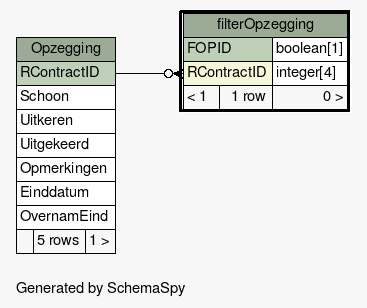
slspeek/ona-volkstuin keeps this Graphviz diagram as db-schema-docs/diagrams/filterOpzegging.1degree.png. Above is the earlier version. Its source is kept beside it as db-schema-docs/diagrams/filterOpzegging.1degree.dot. Source of this version:
```dot
digraph "oneDegreeRelationshipsDiagram" {
  graph [
    rankdir="RL"
    bgcolor="#f7f7f7"
    label="\nGenerated by SchemaSpy"
    labeljust="l"
    nodesep="0.18"
    ranksep="0.46"
    fontname="Helvetica"
    fontsize="11"
  ];
  node [
    fontname="Helvetica"
    fontsize="11"
    shape="plaintext"
  ];
  edge [
    arrowsize="0.8"
  ];
  "filterOpzegging":"RContractID":w -> "Opzegging":"RContractID":e [arrowhead=none dir=back arrowtail=crowodot];
  "filterOpzegging" [
    label=<
    <TABLE BORDER="2" CELLBORDER="1" CELLSPACING="0" BGCOLOR="#ffffff">
      <TR><TD COLSPAN="3" BGCOLOR="#9bab96" ALIGN="CENTER">filterOpzegging</TD></TR>
      <TR><TD PORT="FOPID" COLSPAN="2" BGCOLOR="#bed1b8" ALIGN="LEFT">FOPID</TD><TD PORT="FOPID.type" ALIGN="LEFT">boolean[1]</TD></TR>
      <TR><TD PORT="RContractID" COLSPAN="2" BGCOLOR="#f4f7da" ALIGN="LEFT">RContractID</TD><TD PORT="RContractID.type" ALIGN="LEFT">integer[4]</TD></TR>
      <TR><TD ALIGN="LEFT" BGCOLOR="#f7f7f7">&lt; 1</TD><TD ALIGN="RIGHT" BGCOLOR="#f7f7f7">1 row</TD><TD ALIGN="RIGHT" BGCOLOR="#f7f7f7">0 &gt;</TD></TR>
    </TABLE>>
    URL="filterOpzegging.html"
    tooltip="filterOpzegging"
  ];
  "Opzegging" [
    label=<
    <TABLE BORDER="0" CELLBORDER="1" CELLSPACING="0" BGCOLOR="#ffffff">
      <TR><TD COLSPAN="3" BGCOLOR="#9bab96" ALIGN="CENTER">Opzegging</TD></TR>
      <TR><TD PORT="RContractID" COLSPAN="3" BGCOLOR="#bed1b8" ALIGN="LEFT">RContractID</TD></TR>
      <TR><TD PORT="Schoon" COLSPAN="3" ALIGN="LEFT">Schoon</TD></TR>
      <TR><TD PORT="Uitkeren" COLSPAN="3" ALIGN="LEFT">Uitkeren</TD></TR>
      <TR><TD PORT="Uitgekeerd" COLSPAN="3" ALIGN="LEFT">Uitgekeerd</TD></TR>
      <TR><TD PORT="Opmerkingen" COLSPAN="3" ALIGN="LEFT">Opmerkingen</TD></TR>
      <TR><TD PORT="Einddatum" COLSPAN="3" ALIGN="LEFT">Einddatum</TD></TR>
      <TR><TD PORT="OvernamEind" COLSPAN="3" ALIGN="LEFT">OvernamEind</TD></TR>
      <TR><TD ALIGN="LEFT" BGCOLOR="#f7f7f7">  </TD><TD ALIGN="RIGHT" BGCOLOR="#f7f7f7">5 rows</TD><TD ALIGN="RIGHT" BGCOLOR="#f7f7f7">1 &gt;</TD></TR>
    </TABLE>>
    URL="Opzegging.html"
    tooltip="Opzegging"
  ];
}
```
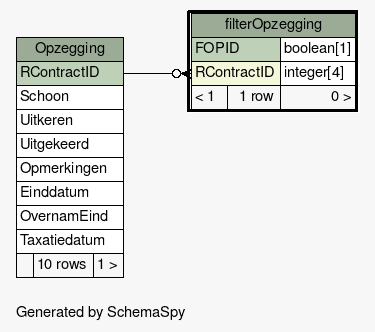
Above is the later version.

What changed in the source:
```diff
@@ -40,7 +40,8 @@
       <TR><TD PORT="Opmerkingen" COLSPAN="3" ALIGN="LEFT">Opmerkingen</TD></TR>
       <TR><TD PORT="Einddatum" COLSPAN="3" ALIGN="LEFT">Einddatum</TD></TR>
       <TR><TD PORT="OvernamEind" COLSPAN="3" ALIGN="LEFT">OvernamEind</TD></TR>
-      <TR><TD ALIGN="LEFT" BGCOLOR="#f7f7f7">  </TD><TD ALIGN="RIGHT" BGCOLOR="#f7f7f7">5 rows</TD><TD ALIGN="RIGHT" BGCOLOR="#f7f7f7">1 &gt;</TD></TR>
+      <TR><TD PORT="Taxatiedatum" COLSPAN="3" ALIGN="LEFT">Taxatiedatum</TD></TR>
+      <TR><TD ALIGN="LEFT" BGCOLOR="#f7f7f7">  </TD><TD ALIGN="RIGHT" BGCOLOR="#f7f7f7">10 rows</TD><TD ALIGN="RIGHT" BGCOLOR="#f7f7f7">1 &gt;</TD></TR>
     </TABLE>>
     URL="Opzegging.html"
     tooltip="Opzegging"
```
